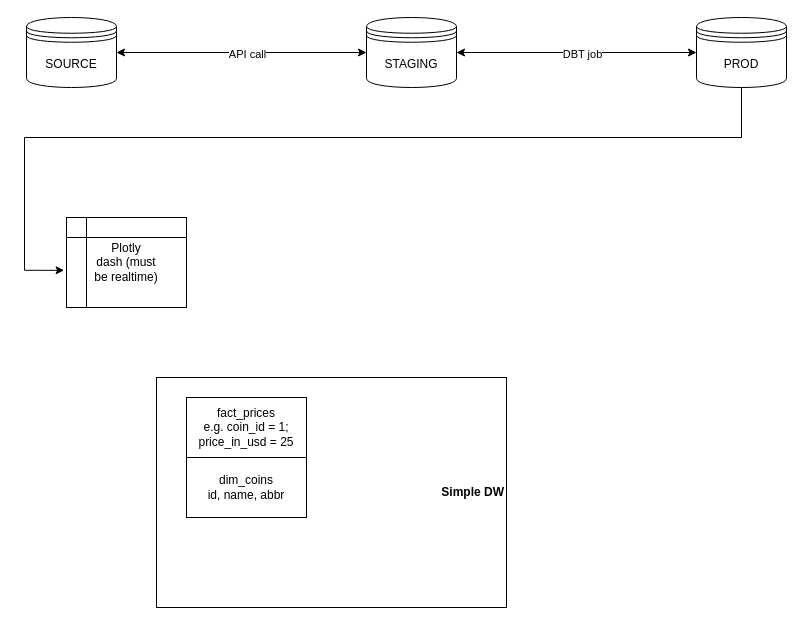
Before: diagrams/crypto_stream_tech.drawio in David-dmh/crypto-data-streaming, a draw.io diagram. Source tidied: cells renumbered, new cells numbered last; positions are measured from the earlier drawing's top-left corner, leaving out a move shared by most shapes. Both pictures are drawn from the tidied source at 100%, with x=0, y=0 at pixel (24, 17).
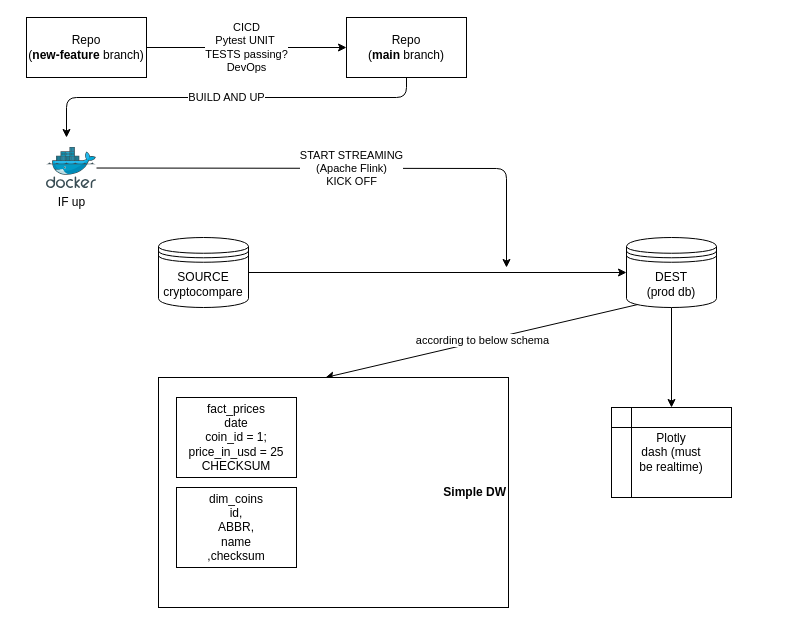
After the change.

Diff of the diagram source:
```diff
@@
+    <mxCell id="14" style="edgeStyle=none;html=1;entryX=0;entryY=0.5;entryDx=0;entryDy=0;" parent="1" edge="1" source="2" target="4">
+      <mxGeometry relative="1" as="geometry" />
+    </mxCell>
-    <mxCell id="2" value="SOURCE" style="shape=datastore;whiteSpace=wrap;html=1;" parent="1" vertex="1">
-      <mxGeometry x="2" width="90" height="70" as="geometry" />
+    <mxCell id="2" value="SOURCE&lt;br&gt;cryptocompare" style="shape=datastore;whiteSpace=wrap;html=1;" parent="1" vertex="1">
+      <mxGeometry x="134" y="220" width="90" height="70" as="geometry" />
     </mxCell>
-    <mxCell id="3" style="edgeStyle=orthogonalEdgeStyle;rounded=0;jettySize=auto;html=1;entryX=-0.02;entryY=0.587;entryDx=0;entryDy=0;entryPerimeter=0;" parent="1" edge="1" source="4" target="10">
-      <mxGeometry relative="1" as="geometry">
-        <Array as="points">
-          <mxPoint x="717" y="120" />
-          <mxPoint y="120" />
-        </Array>
-      </mxGeometry>
+    <mxCell id="3" style="edgeStyle=none;html=1;" parent="1" edge="1" source="4" target="10">
+      <mxGeometry relative="1" as="geometry" />
     </mxCell>
+    <mxCell id="15" value="according to below schema" style="edgeStyle=none;html=1;exitX=0.15;exitY=0.95;exitDx=0;exitDy=0;exitPerimeter=0;entryX=0.477;entryY=0;entryDx=0;entryDy=0;entryPerimeter=0;" parent="1" edge="1" source="4" target="11">
+      <mxGeometry relative="1" as="geometry" />
+    </mxCell>
-    <mxCell id="4" value="PROD" style="shape=datastore;whiteSpace=wrap;html=1;" parent="1" vertex="1">
-      <mxGeometry x="672" width="90" height="70" as="geometry" />
+    <mxCell id="4" value="DEST&lt;br&gt;(prod db)" style="shape=datastore;whiteSpace=wrap;html=1;" parent="1" vertex="1">
+      <mxGeometry x="602" y="220" width="90" height="70" as="geometry" />
     </mxCell>
-    <mxCell id="5" value="STAGING" style="shape=datastore;whiteSpace=wrap;html=1;" parent="1" vertex="1">
-      <mxGeometry x="342" width="90" height="70" as="geometry" />
-    </mxCell>
-    <mxCell id="6" style="endArrow=classic;startArrow=classic;html=1;rounded=0;entryX=0;entryY=0.5;entryDx=0;entryDy=0;exitX=1;exitY=0.5;exitDx=0;exitDy=0;" parent="1" edge="1" source="5" target="4">
-      <mxGeometry relative="1" as="geometry" />
-    </mxCell>
-    <mxCell id="7" value="DBT job" style="edgeLabel;html=1;align=center;verticalAlign=middle;" parent="6" vertex="1">
-      <mxGeometry x="0.04" y="-1" relative="1" as="geometry" />
-    </mxCell>
-    <mxCell id="8" style="endArrow=classic;startArrow=classic;html=1;rounded=0;entryX=0;entryY=0.5;entryDx=0;entryDy=0;exitX=1;exitY=0.5;exitDx=0;exitDy=0;" parent="1" edge="1" source="2" target="5">
-      <mxGeometry relative="1" as="geometry" />
-    </mxCell>
-    <mxCell id="9" value="API call" style="edgeLabel;html=1;align=center;verticalAlign=middle;" parent="8" vertex="1">
-      <mxGeometry x="0.04" y="-1" relative="1" as="geometry" />
-    </mxCell>
-    <mxCell id="10" value="Plotly&lt;br&gt;dash (must&lt;br&gt;be realtime)" style="shape=internalStorage;whiteSpace=wrap;html=1;backgroundOutline=1;" parent="1" vertex="1">
-      <mxGeometry x="42" y="200" width="120" height="90" as="geometry" />
-    </mxCell>
     <mxCell id="11" value="&lt;b&gt;Simple DW&lt;/b&gt;" style="rounded=0;whiteSpace=wrap;html=1;align=right;" parent="1" vertex="1">
-      <mxGeometry x="132" y="360" width="350" height="230" as="geometry" />
+      <mxGeometry x="134" y="360" width="350" height="230" as="geometry" />
     </mxCell>
-    <mxCell id="12" value="fact_prices&lt;br&gt;e.g. coin_id = 1; price_in_usd = 25" style="rounded=0;whiteSpace=wrap;html=1;" parent="1" vertex="1">
-      <mxGeometry x="162" y="380" width="120" height="60" as="geometry" />
+    <mxCell id="12" value="fact_prices&lt;br&gt;date&lt;br&gt;coin_id = 1; price_in_usd = 25&lt;br&gt;CHECKSUM" style="rounded=0;whiteSpace=wrap;html=1;" parent="1" vertex="1">
+      <mxGeometry x="152" y="380" width="120" height="80" as="geometry" />
     </mxCell>
-    <mxCell id="13" value="dim_coins&lt;br&gt;id, name, abbr" style="rounded=0;whiteSpace=wrap;html=1;" parent="1" vertex="1">
-      <mxGeometry x="162" y="440" width="120" height="60" as="geometry" />
+    <mxCell id="13" value="dim_coins&lt;br&gt;id, &lt;br&gt;ABBR, &lt;br&gt;name&lt;br&gt;,checksum" style="rounded=0;whiteSpace=wrap;html=1;" parent="1" vertex="1">
+      <mxGeometry x="152" y="470" width="120" height="80" as="geometry" />
     </mxCell>
+    <mxCell id="16" value="START STREAMING&lt;br&gt;(Apache Flink)&lt;br&gt;KICK OFF" style="edgeStyle=none;html=1;" parent="1" edge="1" source="17">
+      <mxGeometry relative="1" as="geometry">
+        <mxPoint x="482" y="250" as="targetPoint" />
+        <Array as="points">
+          <mxPoint x="482" y="151" />
+        </Array>
+      </mxGeometry>
+    </mxCell>
+    <mxCell id="17" value="IF up" style="sketch=0;html=1;points=[];align=center;image;fontSize=12;image=img/lib/mscae/Docker.svg;" parent="1" vertex="1">
+      <mxGeometry x="22" y="130" width="50" height="41" as="geometry" />
+    </mxCell>
+    <mxCell id="18" value="CICD&lt;br&gt;Pytest UNIT&amp;nbsp;&lt;br&gt;TESTS passing?&lt;br&gt;DevOps" style="edgeStyle=none;html=1;exitX=1;exitY=0.5;exitDx=0;exitDy=0;entryX=0;entryY=0.5;entryDx=0;entryDy=0;" parent="1" edge="1" source="19" target="21">
+      <mxGeometry relative="1" as="geometry" />
+    </mxCell>
+    <mxCell id="19" value="Repo&lt;br&gt;(&lt;b&gt;new-feature &lt;/b&gt;branch)" style="rounded=0;whiteSpace=wrap;html=1;" parent="1" vertex="1">
+      <mxGeometry x="2" width="120" height="60" as="geometry" />
+    </mxCell>
+    <mxCell id="20" value="BUILD AND UP" style="edgeStyle=none;html=1;" parent="1" edge="1" source="21">
+      <mxGeometry relative="1" as="geometry">
+        <mxPoint x="42" y="120" as="targetPoint" />
+        <Array as="points">
+          <mxPoint x="382" y="80" />
+          <mxPoint x="202" y="80" />
+          <mxPoint x="42" y="80" />
+        </Array>
+      </mxGeometry>
+    </mxCell>
+    <mxCell id="21" value="Repo&lt;br&gt;(&lt;b&gt;main&amp;nbsp;&lt;/b&gt;branch)" style="rounded=0;whiteSpace=wrap;html=1;" parent="1" vertex="1">
+      <mxGeometry x="322" width="120" height="60" as="geometry" />
+    </mxCell>
+    <mxCell id="10" value="Plotly&lt;br&gt;dash (must&lt;br&gt;be realtime)" style="shape=internalStorage;whiteSpace=wrap;html=1;backgroundOutline=1;" parent="1" vertex="1">
+      <mxGeometry x="587" y="390" width="120" height="90" as="geometry" />
+    </mxCell>
```
